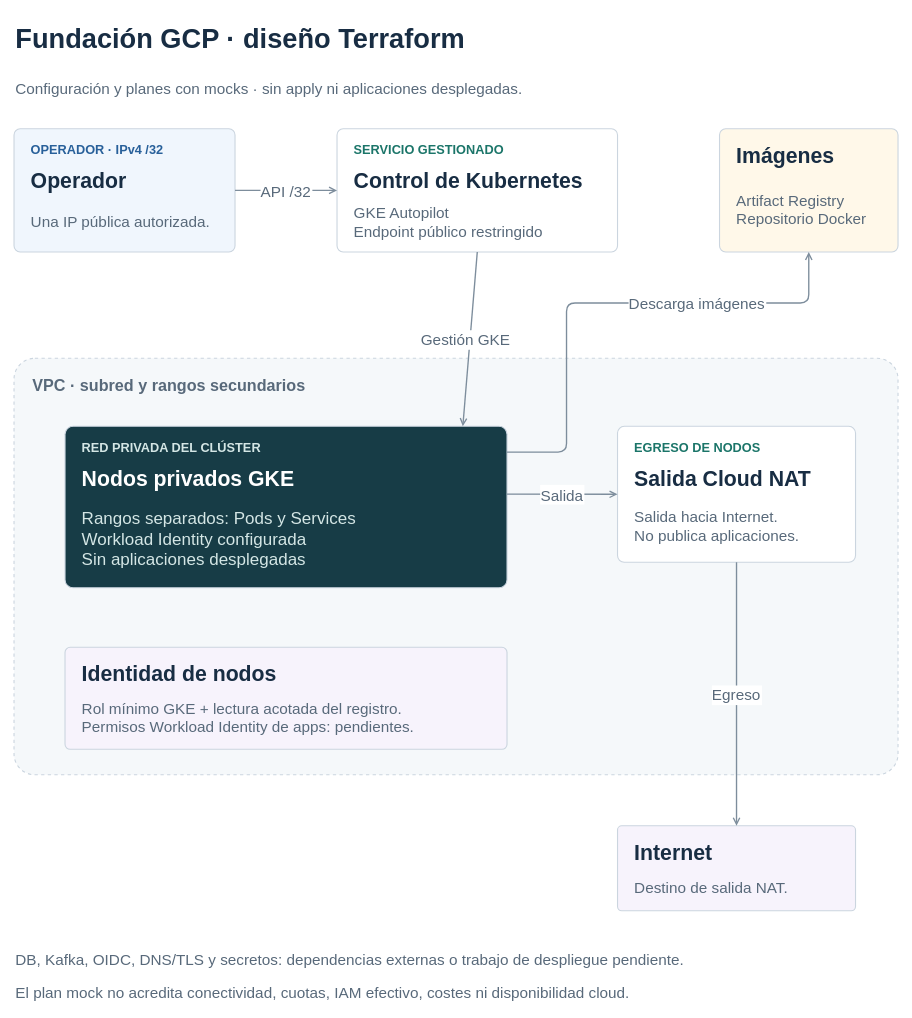
The draw.io diagram page "Infraestructura GCP · diseño Terraform" (12 of 16) of docs/diagrams/architecture.drawio in victormartingil/software-architecture, before the edit. Source tidied: cells renumbered, new cells numbered last; positions are measured from the earlier drawing's top-left corner, leaving out a move shared by most shapes. Both pictures are drawn from the tidied source at 85%, with x=0, y=0 at pixel (14, 14).
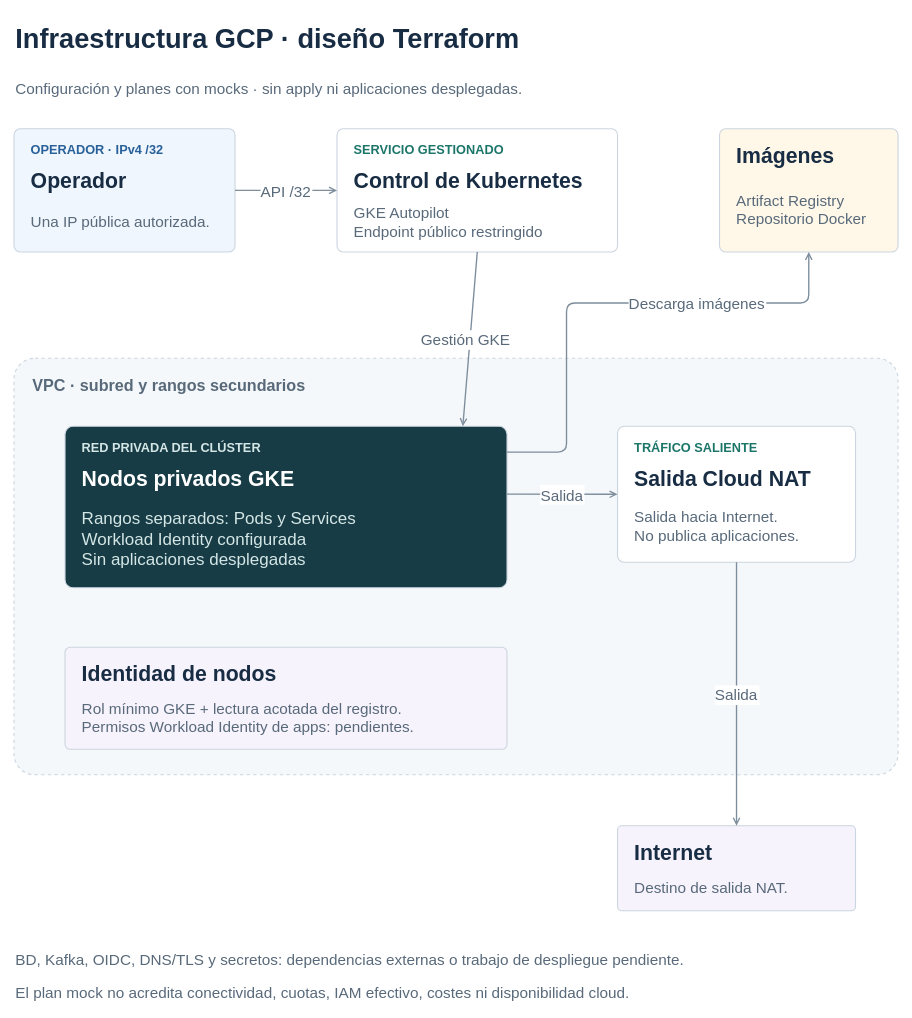
The same page after the edit.

The change refers to these unchanged cells:
```xml
<mxCell id="25" style="group;fillColor=none;strokeColor=none;" parent="1" vertex="1">
  <mxGeometry x="710" y="485" width="280" height="160" as="geometry" />
</mxCell>
<mxCell id="34" style="group;fillColor=none;strokeColor=none;" parent="1" vertex="1">
  <mxGeometry x="710" y="955" width="280" height="100" as="geometry" />
</mxCell>
```

The edit, as a diff of the source:
```diff
@@
-    <mxCell id="2" value="Fundación GCP · diseño Terraform" style="text;html=0;fillColor=none;strokeColor=none;fontFamily=Arial;fontSize=32;fontColor=#182D43;fontStyle=1;align=left;verticalAlign=middle;" parent="1" vertex="1">
+    <mxCell id="2" value="Infraestructura GCP · diseño Terraform" style="text;html=0;fillColor=none;strokeColor=none;fontFamily=Arial;fontSize=32;fontColor=#182D43;fontStyle=1;align=left;verticalAlign=middle;" parent="1" vertex="1">
       <mxGeometry width="1040" height="50" as="geometry" />
     </mxCell>
@@
-    <mxCell id="27" value="EGRESO DE NODOS" style="text;html=0;fillColor=none;strokeColor=none;fontFamily=Arial;fontSize=15;fontColor=#1B7569;fontStyle=1;align=left;verticalAlign=middle;" parent="25" vertex="1">
+    <mxCell id="27" value="TRÁFICO SALIENTE" style="text;html=0;fillColor=none;strokeColor=none;fontFamily=Arial;fontSize=15;fontColor=#1B7569;fontStyle=1;align=left;verticalAlign=middle;" parent="25" vertex="1">
       <mxGeometry x="18" y="12" width="244" height="24" as="geometry" />
     </mxCell>
@@
-    <mxCell id="41" value="Egreso" style="edgeStyle=none;rounded=1;html=0;strokeColor=#7D8D9C;strokeWidth=1.6;endArrow=open;exitX=0.5;exitY=1;entryX=0.5;entryY=0;exitPerimeter=0;entryPerimeter=0;fontFamily=Arial;fontSize=18;fontColor=#58697A;labelWidth=100;labelBackgroundColor=#FFFFFF;" parent="1" edge="1" source="25" target="34">
+    <mxCell id="41" value="Salida" style="edgeStyle=none;rounded=1;html=0;strokeColor=#7D8D9C;strokeWidth=1.6;endArrow=open;exitX=0.5;exitY=1;entryX=0.5;entryY=0;exitPerimeter=0;entryPerimeter=0;fontFamily=Arial;fontSize=18;fontColor=#58697A;labelWidth=100;labelBackgroundColor=#FFFFFF;" parent="1" edge="1" source="25" target="34">
       <mxGeometry relative="1" as="geometry" />
     </mxCell>
@@
-    <mxCell id="43" value="DB, Kafka, OIDC, DNS/TLS y secretos: dependencias externas o trabajo de despliegue pendiente." style="text;html=0;fillColor=none;strokeColor=none;fontFamily=Arial;fontSize=18;fontColor=#58697A;fontStyle=0;align=left;verticalAlign=middle;" parent="1" vertex="1">
+    <mxCell id="43" value="BD, Kafka, OIDC, DNS/TLS y secretos: dependencias externas o trabajo de despliegue pendiente." style="text;html=0;fillColor=none;strokeColor=none;fontFamily=Arial;fontSize=18;fontColor=#58697A;fontStyle=0;align=left;verticalAlign=middle;" parent="1" vertex="1">
       <mxGeometry y="1095" width="1040" height="32" as="geometry" />
     </mxCell>
```
